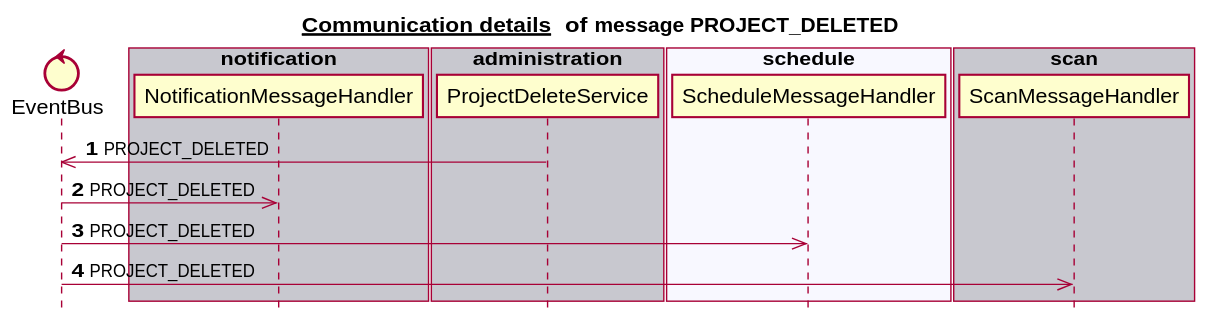
Earlier version of the PlantUML export docs/latest/images/gen_domain_messaging_project_deleted.svg (mercedes-benz/sechub).
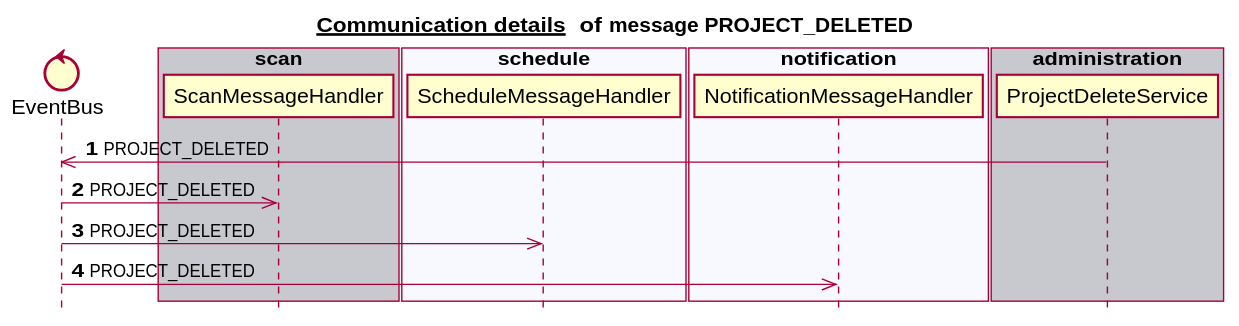
The same file after the commit.

Diff of the diagram source:
```diff
@@ -6,25 +6,25 @@
 
 
 control EventBus
-box "notification" #C8C8CF
+box "scan" #C8C8CF
+   participant ScanMessageHandler
+end box
+box "schedule" #F8F8FF
+   participant ScheduleMessageHandler
+end box
+box "authorization" #C8C8CF
+end box
+box "notification" #F8F8FF
    participant NotificationMessageHandler
-end box
-box "authorization" #F8F8FF
 end box
 box "administration" #C8C8CF
    participant ProjectDeleteService
 end box
-box "schedule" #F8F8FF
-   participant ScheduleMessageHandler
-end box
-box "scan" #C8C8CF
-   participant ScanMessageHandler
-end box
 autonumber 1
 ProjectDeleteService ->> EventBus:PROJECT_DELETED
+EventBus ->> ScanMessageHandler:PROJECT_DELETED
+EventBus ->> ScheduleMessageHandler:PROJECT_DELETED
 EventBus ->> NotificationMessageHandler:PROJECT_DELETED
-EventBus ->> ScheduleMessageHandler:PROJECT_DELETED
-EventBus ->> ScanMessageHandler:PROJECT_DELETED
 autonumber stop
 
 
```
